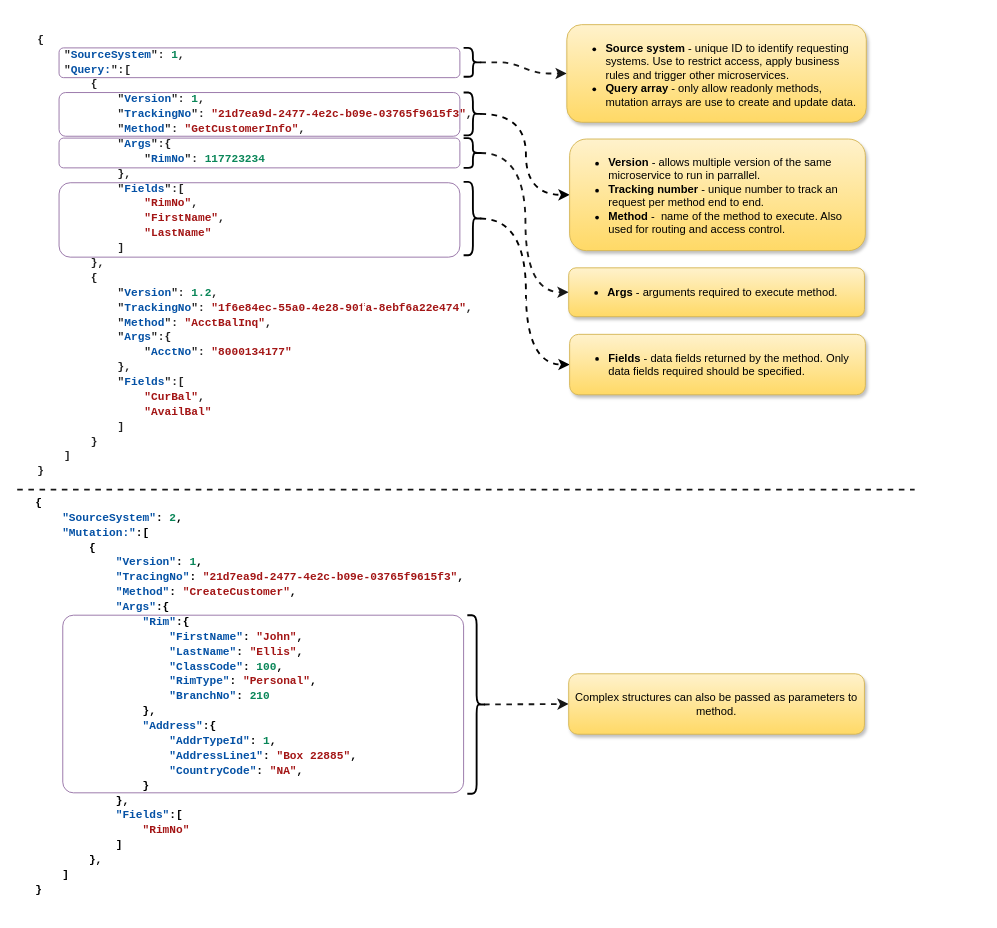
Earlier version of the draw.io diagram page "API Taximony" (2 of 8) of Microservice Architecture.drawio (badenhorstp/readme). Source tidied: cells renumbered, new cells numbered last; positions are measured from the earlier drawing's top-left corner, leaving out a move shared by most shapes. Both pictures are drawn from the tidied source at 93%, with x=0, y=0 at pixel (17, 16).
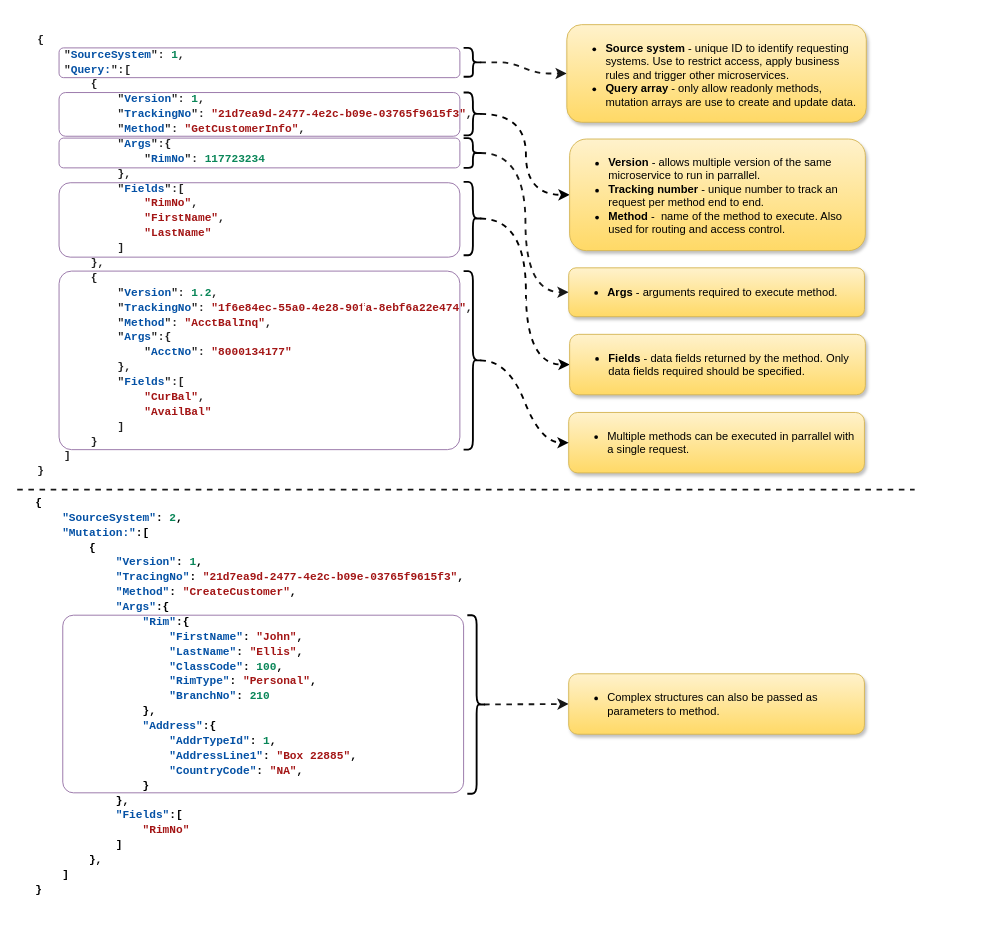
The same diagram, later.

What changed in the source:
```diff
@@
-    <mxCell id="25" value="Complex structures can also be passed as parameters to method." style="rounded=1;whiteSpace=wrap;html=1;fillColor=#fff2cc;strokeColor=#d6b656;gradientColor=#ffd966;align=center;verticalAlign=middle;shadow=1;" parent="1" vertex="1">
+    <mxCell id="25" value="&lt;ul&gt;&lt;li&gt;Complex structures can also be passed as parameters to method.&lt;/li&gt;&lt;/ul&gt;" style="rounded=1;whiteSpace=wrap;html=1;fillColor=#fff2cc;strokeColor=#d6b656;gradientColor=#ffd966;align=left;verticalAlign=middle;shadow=1;" parent="1" vertex="1">
       <mxGeometry x="593" y="707" width="318" height="65" as="geometry" />
     </mxCell>
@@
+    <mxCell id="27" value="&lt;ul&gt;&lt;li&gt;Multiple methods can be executed in parrallel with a single request.&lt;/li&gt;&lt;/ul&gt;" style="rounded=1;whiteSpace=wrap;html=1;fillColor=#fff2cc;strokeColor=#d6b656;gradientColor=#ffd966;align=left;verticalAlign=top;shadow=1;spacing=2;spacingRight=2;" parent="1" vertex="1">
+      <mxGeometry x="593" y="426" width="318" height="65" as="geometry" />
+    </mxCell>
+    <mxCell id="28" style="rounded=1;whiteSpace=wrap;html=1;shadow=0;strokeColor=#9673a6;fillColor=none;arcSize=7;" parent="1" vertex="1">
+      <mxGeometry x="45" y="274" width="431" height="192" as="geometry" />
+    </mxCell>
+    <mxCell id="29" style="edgeStyle=entityRelationEdgeStyle;jettySize=auto;html=1;exitX=0.1;exitY=0.5;exitDx=0;exitDy=0;exitPerimeter=0;dashed=1;strokeWidth=2;curved=1;" parent="1" edge="1" source="30" target="27">
+      <mxGeometry relative="1" as="geometry" />
+    </mxCell>
+    <mxCell id="30" style="shape=curlyBracket;whiteSpace=wrap;html=1;rounded=1;flipH=1;shadow=0;glass=0;sketch=0;fontSize=15;fontColor=#4D4D4D;fillColor=#E6E6E6;gradientColor=none;align=left;strokeWidth=2;" parent="1" vertex="1">
+      <mxGeometry x="480" y="274" width="20" height="192" as="geometry" />
+    </mxCell>
```
